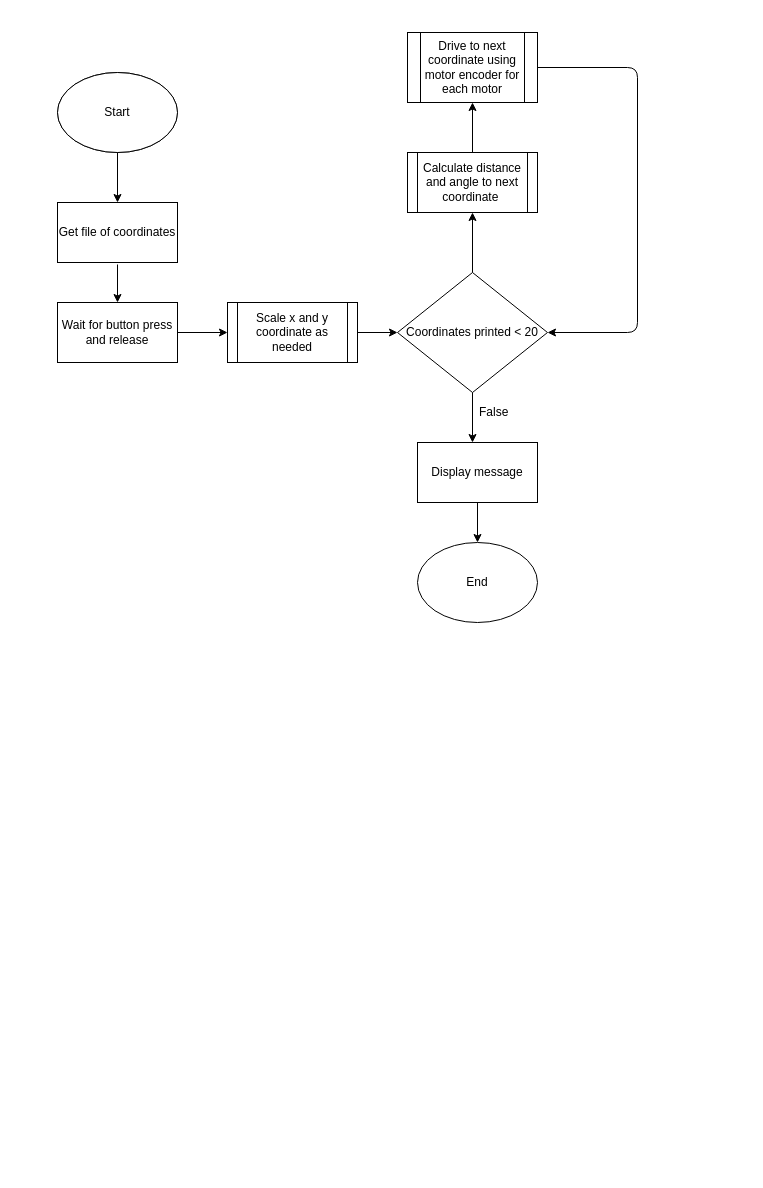
Earlier version of the draw.io diagram RobotFlowChart.drawio (AveryChiu64/GraphingRobot). Source tidied: cells renumbered, new cells numbered last; positions are measured from the earlier drawing's top-left corner, leaving out a move shared by most shapes. Both pictures are drawn from the tidied source at 100%, with x=0, y=0 at pixel (57, 32).
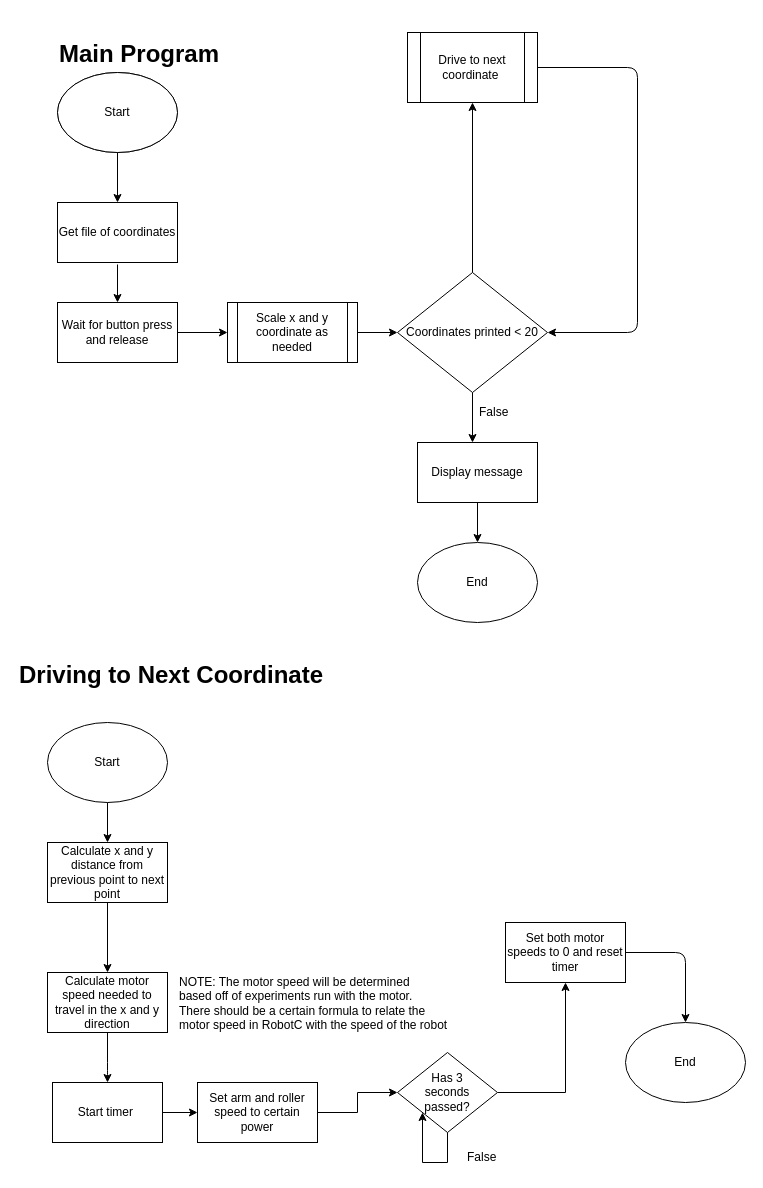
The same diagram, later.

Commit message:
added process coordinates

Unchanged cells that the change refers to:
```xml
<mxCell id="12" value="Coordinates printed &amp;lt; 20" style="rhombus;whiteSpace=wrap;html=1;" parent="1" vertex="1">
  <mxGeometry x="340" y="240" width="150" height="120" as="geometry" />
</mxCell>
```

The edit, as a diff of the source:
```diff
@@
     <mxCell id="15" style="endArrow=classic;html=1;exitX=0.5;exitY=0;exitDx=0;exitDy=0;" parent="1" edge="1" source="12">
       <mxGeometry relative="1" as="geometry">
-        <mxPoint x="415" y="180" as="targetPoint" />
+        <mxPoint x="415" y="70" as="targetPoint" />
       </mxGeometry>
     </mxCell>
@@
-    <mxCell id="20" value="Calculate distance&lt;br&gt;and angle to next coordinate&amp;nbsp;" style="rounded=0;whiteSpace=wrap;html=1;" parent="1" vertex="1">
-      <mxGeometry x="350" y="120" width="130" height="60" as="geometry" />
-    </mxCell>
-    <mxCell id="21" style="endArrow=none;html=1;" parent="1" edge="1">
-      <mxGeometry relative="1" as="geometry">
-        <mxPoint x="360" y="180" as="sourcePoint" />
-        <mxPoint x="360" y="120" as="targetPoint" />
-      </mxGeometry>
-    </mxCell>
-    <mxCell id="22" style="endArrow=none;html=1;" parent="1" edge="1">
-      <mxGeometry relative="1" as="geometry">
-        <mxPoint x="470" y="180" as="sourcePoint" />
-        <mxPoint x="470" y="120" as="targetPoint" />
-      </mxGeometry>
-    </mxCell>
-    <mxCell id="23" value="Drive to next coordinate using motor encoder for each motor" style="shape=process;whiteSpace=wrap;html=1;backgroundOutline=1;" parent="1" vertex="1">
+    <mxCell id="23" value="Drive to next coordinate&amp;nbsp;" style="shape=process;whiteSpace=wrap;html=1;backgroundOutline=1;" parent="1" vertex="1">
       <mxGeometry x="350" width="130" height="70" as="geometry" />
     </mxCell>
-    <mxCell id="24" style="endArrow=classic;html=1;entryX=0.5;entryY=1;entryDx=0;entryDy=0;exitX=0.5;exitY=0;exitDx=0;exitDy=0;" parent="1" edge="1" source="20" target="23">
-      <mxGeometry relative="1" as="geometry" />
-    </mxCell>
@@
+    <mxCell id="26" value="&lt;h1&gt;Driving to Next Coordinate&amp;nbsp;&lt;/h1&gt;" style="text;html=1;align=left;verticalAlign=top;spacingTop=-4;" parent="1" vertex="1">
+      <mxGeometry x="-40" y="610" width="330" height="50" as="geometry" />
+    </mxCell>
+    <mxCell id="27" value="&lt;h1&gt;Main Program&lt;/h1&gt;" style="text;html=1;" parent="1" vertex="1">
+      <mxGeometry y="-15" width="170" height="30" as="geometry" />
+    </mxCell>
+    <mxCell id="28" value="Start" style="ellipse;whiteSpace=wrap;html=1;" parent="1" vertex="1">
+      <mxGeometry x="-10" y="690" width="120" height="80" as="geometry" />
+    </mxCell>
+    <mxCell id="29" value="Calculate x and y distance from previous point to next point" style="rounded=0;whiteSpace=wrap;html=1;" parent="1" vertex="1">
+      <mxGeometry x="-10" y="810" width="120" height="60" as="geometry" />
+    </mxCell>
+    <mxCell id="30" style="endArrow=classic;html=1;exitX=0.5;exitY=1;exitDx=0;exitDy=0;entryX=0.5;entryY=0;entryDx=0;entryDy=0;" parent="1" edge="1" source="28" target="29">
+      <mxGeometry relative="1" as="geometry" />
+    </mxCell>
+    <mxCell id="31" value="Calculate motor speed needed to travel in the x and y direction" style="rounded=0;whiteSpace=wrap;html=1;" parent="1" vertex="1">
+      <mxGeometry x="-10" y="940" width="120" height="60" as="geometry" />
+    </mxCell>
+    <mxCell id="32" style="endArrow=classic;html=1;exitX=0.5;exitY=1;exitDx=0;exitDy=0;entryX=0.5;entryY=0;entryDx=0;entryDy=0;" parent="1" edge="1" source="29" target="31">
+      <mxGeometry relative="1" as="geometry" />
+    </mxCell>
+    <mxCell id="33" value="NOTE: The motor speed will be determined&amp;nbsp;&lt;br&gt;based off of experiments run with the motor.&amp;nbsp;&lt;br&gt;There should be a certain formula to relate the&amp;nbsp;&lt;br&gt;motor speed in RobotC with the speed of the robot" style="text;html=1;align=left;verticalAlign=top;spacingTop=-4;" parent="1" vertex="1">
+      <mxGeometry x="120" y="940" width="280" height="60" as="geometry" />
+    </mxCell>
+    <mxCell id="34" style="edgeStyle=orthogonalEdgeStyle;rounded=0;jettySize=auto;html=1;entryX=0;entryY=0.5;entryDx=0;entryDy=0;" parent="1" edge="1" source="35" target="38">
+      <mxGeometry relative="1" as="geometry" />
+    </mxCell>
+    <mxCell id="35" value="Start timer&amp;nbsp;" style="rounded=0;whiteSpace=wrap;html=1;" parent="1" vertex="1">
+      <mxGeometry x="-5" y="1050" width="110" height="60" as="geometry" />
+    </mxCell>
+    <mxCell id="36" style="endArrow=classic;html=1;exitX=0.5;exitY=1;exitDx=0;exitDy=0;entryX=0.5;entryY=0;entryDx=0;entryDy=0;" parent="1" edge="1" source="31" target="35">
+      <mxGeometry relative="1" as="geometry">
+        <Array as="points">
+          <mxPoint x="50" y="1040" />
+        </Array>
+      </mxGeometry>
+    </mxCell>
+    <mxCell id="37" style="edgeStyle=orthogonalEdgeStyle;rounded=0;jettySize=auto;html=1;entryX=0;entryY=0.5;entryDx=0;entryDy=0;" parent="1" edge="1" source="38" target="40">
+      <mxGeometry relative="1" as="geometry" />
+    </mxCell>
+    <mxCell id="38" value="Set arm and roller speed to certain power" style="rounded=0;whiteSpace=wrap;html=1;" parent="1" vertex="1">
+      <mxGeometry x="140" y="1050" width="120" height="60" as="geometry" />
+    </mxCell>
+    <mxCell id="39" style="edgeStyle=orthogonalEdgeStyle;rounded=0;jettySize=auto;html=1;" parent="1" edge="1" source="40" target="43">
+      <mxGeometry relative="1" as="geometry" />
+    </mxCell>
+    <mxCell id="40" value="Has 3 &lt;br&gt;seconds &lt;br&gt;passed?" style="rhombus;whiteSpace=wrap;html=1;" parent="1" vertex="1">
+      <mxGeometry x="340" y="1020" width="100" height="80" as="geometry" />
+    </mxCell>
+    <mxCell id="41" style="edgeStyle=orthogonalEdgeStyle;rounded=0;orthogonalLoop=1;jettySize=auto;html=1;exitX=0.5;exitY=1;exitDx=0;exitDy=0;entryX=0;entryY=1;entryDx=0;entryDy=0;" parent="1" edge="1" source="40" target="40">
+      <mxGeometry relative="1" as="geometry">
+        <Array as="points">
+          <mxPoint x="390" y="1130" />
+          <mxPoint x="365" y="1130" />
+        </Array>
+      </mxGeometry>
+    </mxCell>
+    <mxCell id="42" value="False" style="text;html=1;align=left;verticalAlign=top;spacingTop=-4;" parent="1" vertex="1">
+      <mxGeometry x="408" y="1115" width="40" height="20" as="geometry" />
+    </mxCell>
+    <mxCell id="43" value="Set both motor speeds to 0 and reset timer" style="rounded=0;whiteSpace=wrap;html=1;" parent="1" vertex="1">
+      <mxGeometry x="448" y="890" width="120" height="60" as="geometry" />
+    </mxCell>
+    <mxCell id="44" value="End" style="ellipse;whiteSpace=wrap;html=1;" parent="1" vertex="1">
+      <mxGeometry x="568" y="990" width="120" height="80" as="geometry" />
+    </mxCell>
+    <mxCell id="45" style="endArrow=classic;html=1;exitX=1;exitY=0.5;exitDx=0;exitDy=0;entryX=0.5;entryY=0;entryDx=0;entryDy=0;" parent="1" edge="1" source="43" target="44">
+      <mxGeometry relative="1" as="geometry">
+        <Array as="points">
+          <mxPoint x="628" y="920" />
+        </Array>
+      </mxGeometry>
+    </mxCell>
```
